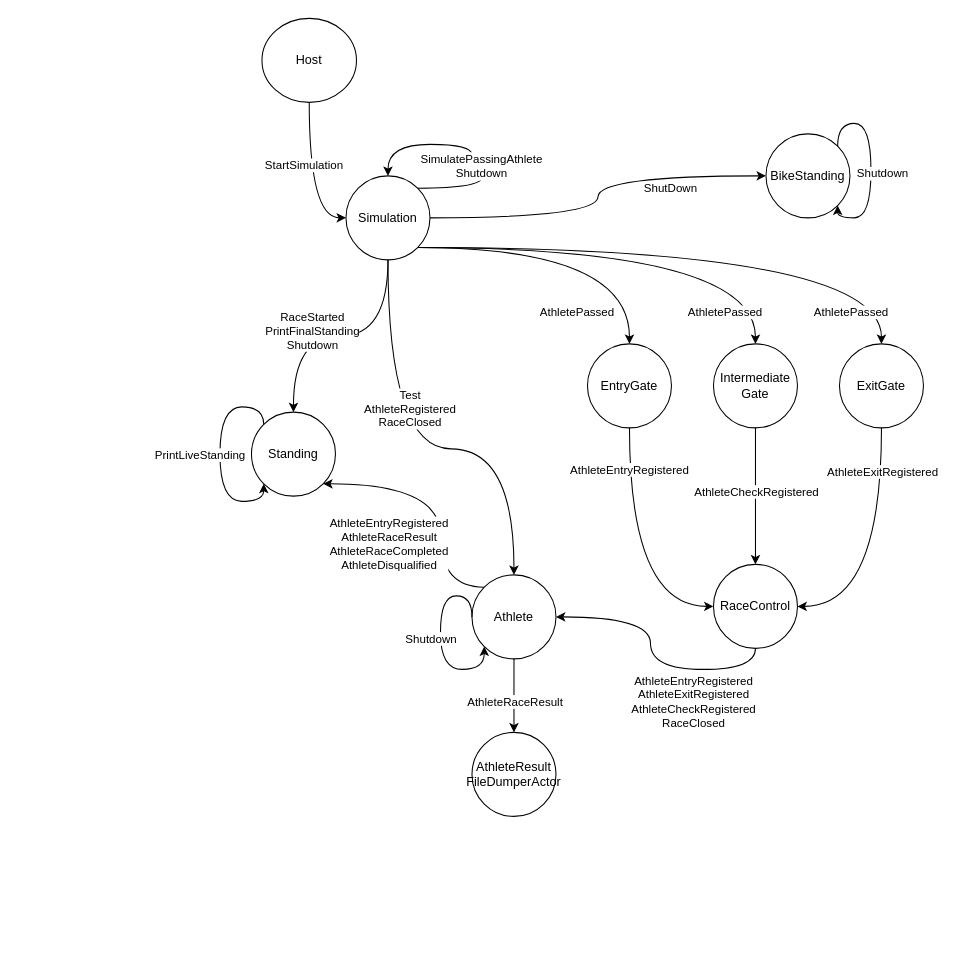
Earlier version of the draw.io diagram src/Host/diagram/thriathlon race.drawio (fbasco81/triathlon-race-demo). Source tidied: cells renumbered, new cells numbered last; positions are measured from the earlier drawing's top-left corner, leaving out a move shared by most shapes. Both pictures are drawn from the tidied source at 105%, with x=0, y=0 at pixel (219, 18).
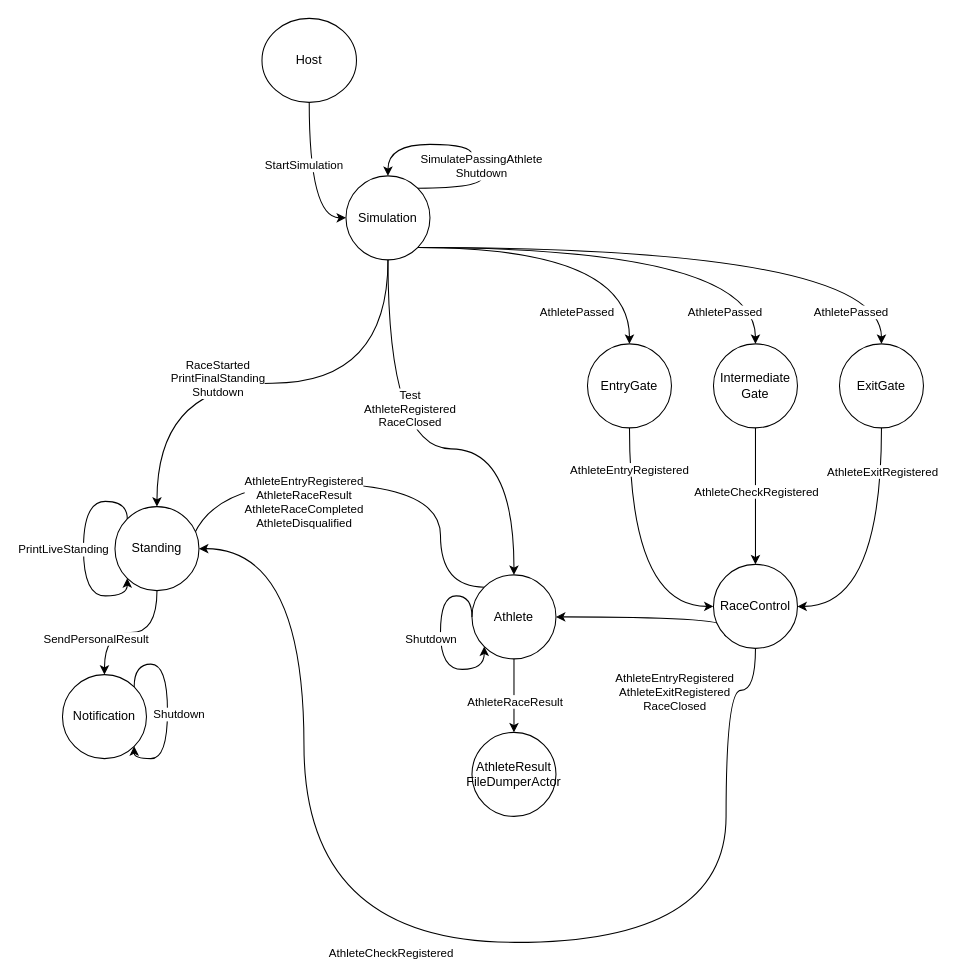
After the change.

Unchanged cells that the change refers to:
```xml
<mxCell id="6" value="Athlete" style="ellipse;whiteSpace=wrap;html=1;" parent="1" vertex="1">
  <mxGeometry x="240" y="530" width="80" height="80" as="geometry" />
</mxCell>
<mxCell id="18" value="RaceControl" style="ellipse;whiteSpace=wrap;html=1;" parent="1" vertex="1">
  <mxGeometry x="470" y="520" width="80" height="80" as="geometry" />
</mxCell>
<mxCell id="31" value="Simulation" style="ellipse;whiteSpace=wrap;html=1;" parent="1" vertex="1">
  <mxGeometry x="120" y="150" width="80" height="80" as="geometry" />
</mxCell>
```

Diff of the diagram source:
```diff
@@
-    <mxCell id="7" value="BikeStanding" style="ellipse;whiteSpace=wrap;html=1;labelBackgroundColor=#ffffff;" parent="1" vertex="1">
-      <mxGeometry x="520" y="110" width="80" height="80" as="geometry" />
-    </mxCell>
@@
-    <mxCell id="16" style="edgeStyle=orthogonalEdgeStyle;curved=1;rounded=0;jettySize=auto;html=1;entryX=1;entryY=0.5;entryDx=0;entryDy=0;exitX=0.5;exitY=1;exitDx=0;exitDy=0;" parent="1" edge="1" source="18" target="6">
+    <mxCell id="16" style="edgeStyle=orthogonalEdgeStyle;curved=1;rounded=0;jettySize=auto;html=1;entryX=1;entryY=0.5;entryDx=0;entryDy=0;exitX=0;exitY=1;exitDx=0;exitDy=0;" parent="1" edge="1" source="18" target="6">
       <mxGeometry relative="1" as="geometry">
         <Array as="points">
-          <mxPoint x="510" y="620" />
-          <mxPoint x="410" y="620" />
-          <mxPoint x="410" y="570" />
+          <mxPoint x="480" y="588" />
+          <mxPoint x="480" y="570" />
         </Array>
       </mxGeometry>
     </mxCell>
-    <mxCell id="17" value="AthleteEntryRegistered&lt;br&gt;AthleteExitRegistered&lt;br&gt;AthleteCheckRegistered&lt;br&gt;RaceClosed" style="edgeLabel;html=1;align=center;verticalAlign=middle;" parent="16" vertex="1">
+    <mxCell id="17" value="AthleteEntryRegistered&lt;br&gt;AthleteExitRegistered&lt;br&gt;RaceClosed" style="edgeLabel;html=1;align=center;verticalAlign=middle;" parent="16" vertex="1">
       <mxGeometry x="0.22" y="2" relative="1" as="geometry">
         <mxPoint x="42" y="69" as="offset" />
       </mxGeometry>
     </mxCell>
+    <mxCell id="45" style="edgeStyle=orthogonalEdgeStyle;curved=1;rounded=0;jettySize=auto;html=1;entryX=1;entryY=0.5;entryDx=0;entryDy=0;exitX=0.5;exitY=1;exitDx=0;exitDy=0;" parent="1" edge="1" source="18" target="32">
+      <mxGeometry relative="1" as="geometry">
+        <Array as="points">
+          <mxPoint x="510" y="640" />
+          <mxPoint x="482" y="640" />
+          <mxPoint x="482" y="880" />
+          <mxPoint x="80" y="880" />
+        </Array>
+      </mxGeometry>
+    </mxCell>
+    <mxCell id="46" value="AthleteCheckRegistered" style="edgeLabel;html=1;align=center;verticalAlign=middle;" parent="45" vertex="1">
+      <mxGeometry x="0.06" y="9" relative="1" as="geometry" />
+    </mxCell>
@@
-    <mxCell id="29" style="edgeStyle=orthogonalEdgeStyle;rounded=0;jettySize=auto;html=1;entryX=0;entryY=0.5;entryDx=0;entryDy=0;curved=1;" parent="1" edge="1" source="31" target="7">
-      <mxGeometry relative="1" as="geometry" />
-    </mxCell>
-    <mxCell id="30" value="ShutDown" style="edgeLabel;html=1;align=center;verticalAlign=middle;labelBackgroundColor=#ffffff;" parent="29" vertex="1">
-      <mxGeometry x="0.49" y="-11" relative="1" as="geometry" />
-    </mxCell>
@@
+    <mxCell id="47" style="edgeStyle=orthogonalEdgeStyle;rounded=0;jettySize=auto;html=1;curved=1;" parent="1" edge="1" source="32" target="49">
+      <mxGeometry relative="1" as="geometry" />
+    </mxCell>
+    <mxCell id="48" value="SendPersonalResult" style="edgeLabel;html=1;align=center;verticalAlign=middle;" parent="47" vertex="1">
+      <mxGeometry x="-0.21" y="-5" relative="1" as="geometry">
+        <mxPoint x="-48" y="10" as="offset" />
+      </mxGeometry>
+    </mxCell>
     <mxCell id="32" value="Standing" style="ellipse;whiteSpace=wrap;html=1;" parent="1" vertex="1">
-      <mxGeometry x="30" y="375" width="80" height="80" as="geometry" />
+      <mxGeometry x="-100" y="465" width="80" height="80" as="geometry" />
     </mxCell>
@@
-    <mxCell id="36" style="edgeStyle=orthogonalEdgeStyle;curved=1;rounded=0;orthogonalLoop=1;jettySize=auto;html=1;entryX=1;entryY=1;entryDx=0;entryDy=0;labelBackgroundColor=#ffffff;exitX=1;exitY=0;exitDx=0;exitDy=0;" parent="1" edge="1" source="7" target="7">
-      <mxGeometry relative="1" as="geometry">
-        <Array as="points">
-          <mxPoint x="588" y="100" />
-          <mxPoint x="620" y="100" />
-          <mxPoint x="620" y="190" />
-          <mxPoint x="588" y="190" />
-        </Array>
-      </mxGeometry>
-    </mxCell>
-    <mxCell id="37" value="Shutdown" style="edgeLabel;html=1;align=center;verticalAlign=middle;labelBackgroundColor=#ffffff;" parent="36" vertex="1">
-      <mxGeometry x="0.08" y="-5" relative="1" as="geometry">
-        <mxPoint x="15" as="offset" />
-      </mxGeometry>
-    </mxCell>
     <mxCell id="38" style="edgeStyle=orthogonalEdgeStyle;curved=1;rounded=0;orthogonalLoop=1;jettySize=auto;html=1;exitX=0;exitY=0;exitDx=0;exitDy=0;entryX=0;entryY=1;entryDx=0;entryDy=0;" parent="1" edge="1" source="32" target="32">
       <mxGeometry relative="1" as="geometry">
         <Array as="points">
-          <mxPoint x="42" y="370" />
-          <mxPoint y="370" />
-          <mxPoint y="460" />
-          <mxPoint x="42" y="460" />
+          <mxPoint x="-88" y="460" />
+          <mxPoint x="-130" y="460" />
+          <mxPoint x="-130" y="550" />
+          <mxPoint x="-88" y="550" />
         </Array>
       </mxGeometry>
     </mxCell>
@@
+    <mxCell id="49" value="Notification" style="ellipse;whiteSpace=wrap;html=1;labelBackgroundColor=#ffffff;" parent="1" vertex="1">
+      <mxGeometry x="-150" y="625" width="80" height="80" as="geometry" />
+    </mxCell>
+    <mxCell id="50" style="edgeStyle=orthogonalEdgeStyle;curved=1;rounded=0;orthogonalLoop=1;jettySize=auto;html=1;entryX=1;entryY=1;entryDx=0;entryDy=0;labelBackgroundColor=#ffffff;exitX=1;exitY=0;exitDx=0;exitDy=0;" parent="1" edge="1" source="49" target="49">
+      <mxGeometry relative="1" as="geometry">
+        <Array as="points">
+          <mxPoint x="-82" y="615" />
+          <mxPoint x="-50" y="615" />
+          <mxPoint x="-50" y="705" />
+          <mxPoint x="-82" y="705" />
+        </Array>
+      </mxGeometry>
+    </mxCell>
+    <mxCell id="37" value="Shutdown" style="edgeLabel;html=1;align=center;verticalAlign=middle;labelBackgroundColor=#ffffff;" parent="50" vertex="1">
+      <mxGeometry x="0.08" y="-5" relative="1" as="geometry">
+        <mxPoint x="15" as="offset" />
+      </mxGeometry>
+    </mxCell>
```
